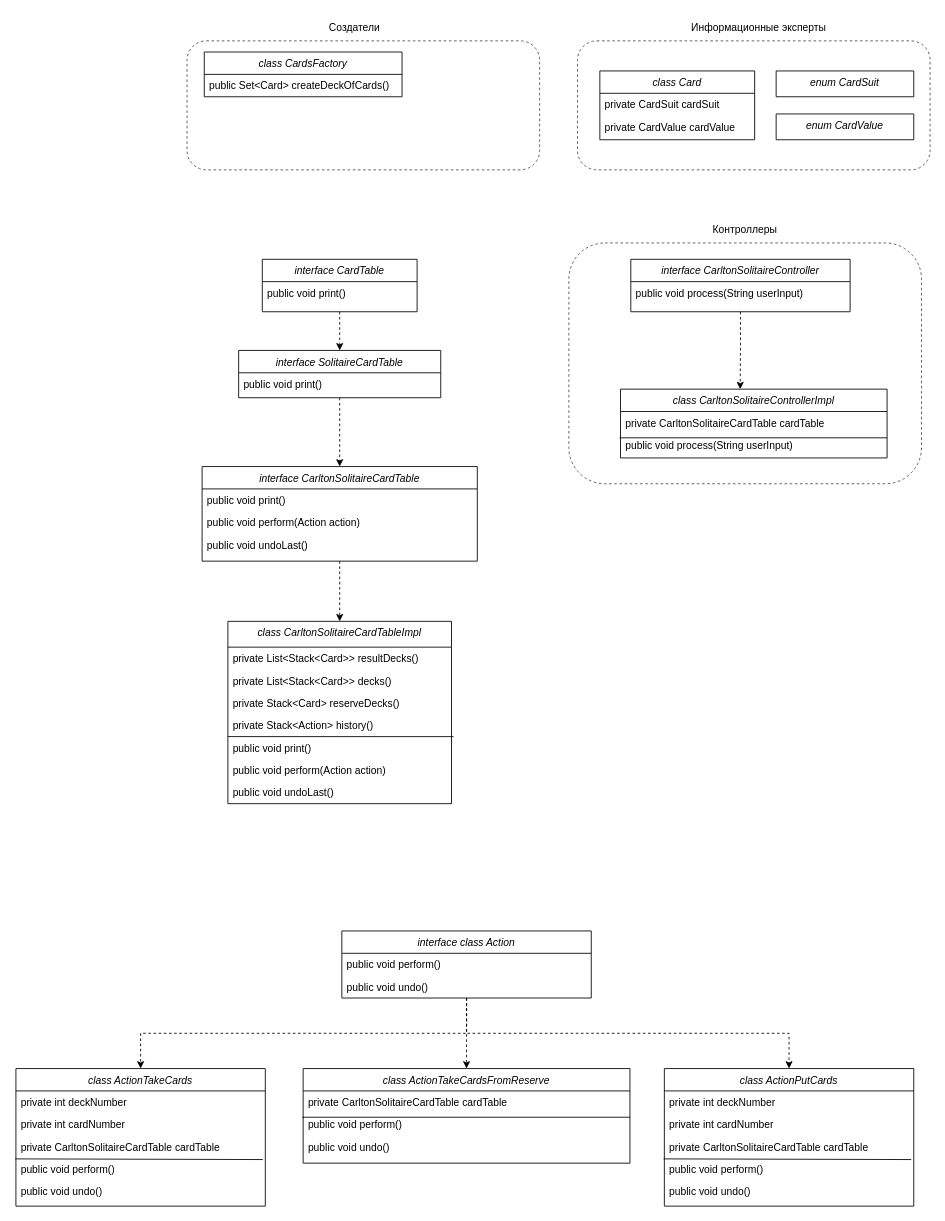
Earlier version of the draw.io diagram lab02/diagram.drawio (tinmn9088/dp-lab). Source tidied: cells renumbered, new cells numbered last; positions are measured from the earlier drawing's top-left corner, leaving out a move shared by most shapes. Both pictures are drawn from the tidied source at 86%, with x=0, y=0 at pixel (15, 15).
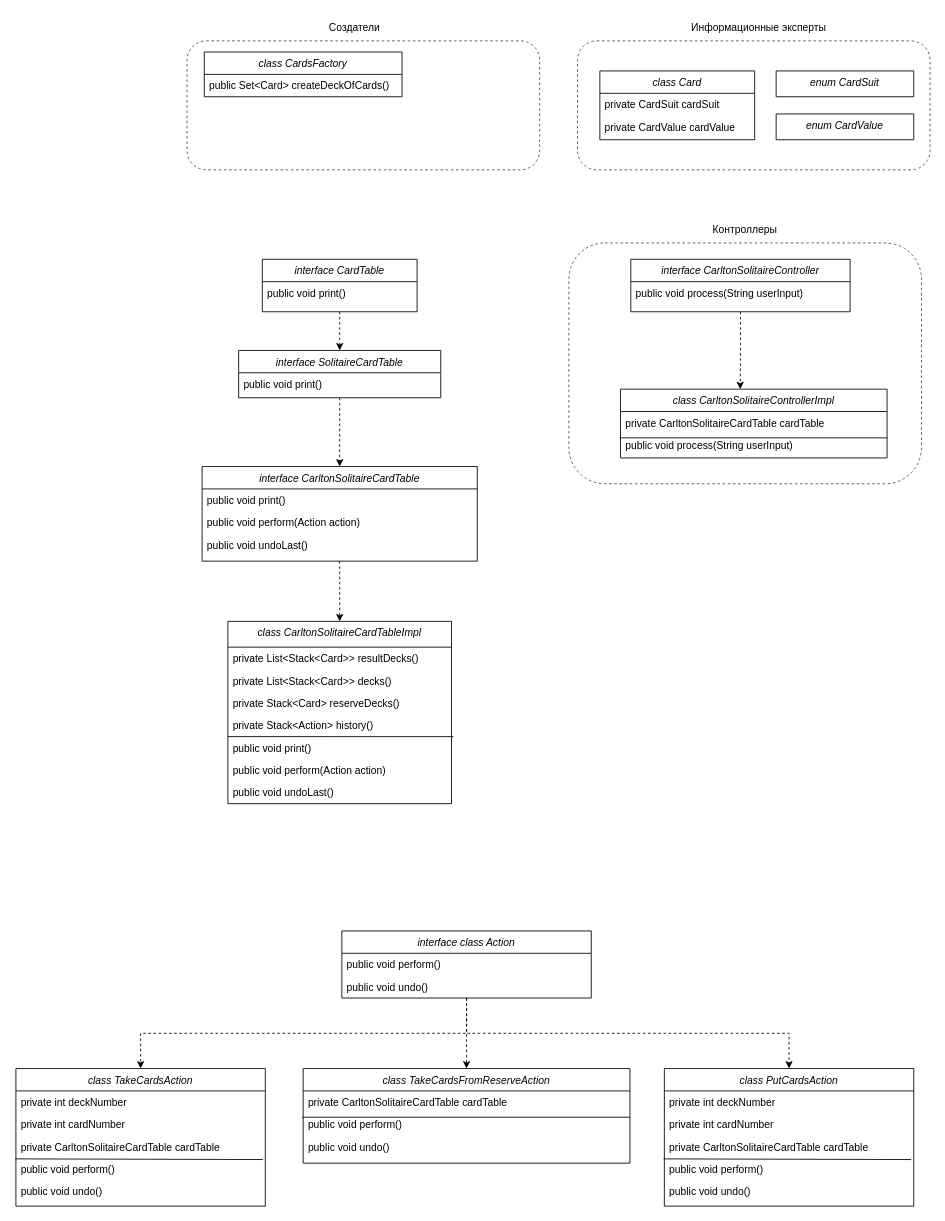
After the change.

Commit message:
docs(lab02): renamed action classes

Diff of the diagram source:
```diff
@@
-    <mxCell id="39" value="class ActionTakeCards" style="swimlane;fontStyle=2;align=center;verticalAlign=top;horizontal=1;startSize=26;rounded=0;shadow=0;strokeWidth=1;" parent="1" vertex="1">
+    <mxCell id="39" value="class TakeCardsAction" style="swimlane;fontStyle=2;align=center;verticalAlign=top;horizontal=1;startSize=26;rounded=0;shadow=0;strokeWidth=1;" parent="1" vertex="1">
       <mxGeometry y="1225" width="290" height="160" as="geometry" />
     </mxCell>
@@
-    <mxCell id="46" value="class ActionTakeCardsFromReserve" style="swimlane;fontStyle=2;align=center;verticalAlign=top;horizontal=1;startSize=26;rounded=0;shadow=0;strokeWidth=1;" parent="1" vertex="1">
+    <mxCell id="46" value="class TakeCardsFromReserveAction" style="swimlane;fontStyle=2;align=center;verticalAlign=top;horizontal=1;startSize=26;rounded=0;shadow=0;strokeWidth=1;" parent="1" vertex="1">
       <mxGeometry x="334" y="1225" width="380" height="110" as="geometry" />
     </mxCell>
@@
-    <mxCell id="51" value="class ActionPutCards" style="swimlane;fontStyle=2;align=center;verticalAlign=top;horizontal=1;startSize=26;rounded=0;shadow=0;strokeWidth=1;" parent="1" vertex="1">
+    <mxCell id="51" value="class PutCardsAction" style="swimlane;fontStyle=2;align=center;verticalAlign=top;horizontal=1;startSize=26;rounded=0;shadow=0;strokeWidth=1;" parent="1" vertex="1">
       <mxGeometry x="754" y="1225" width="290" height="160" as="geometry" />
     </mxCell>
```
